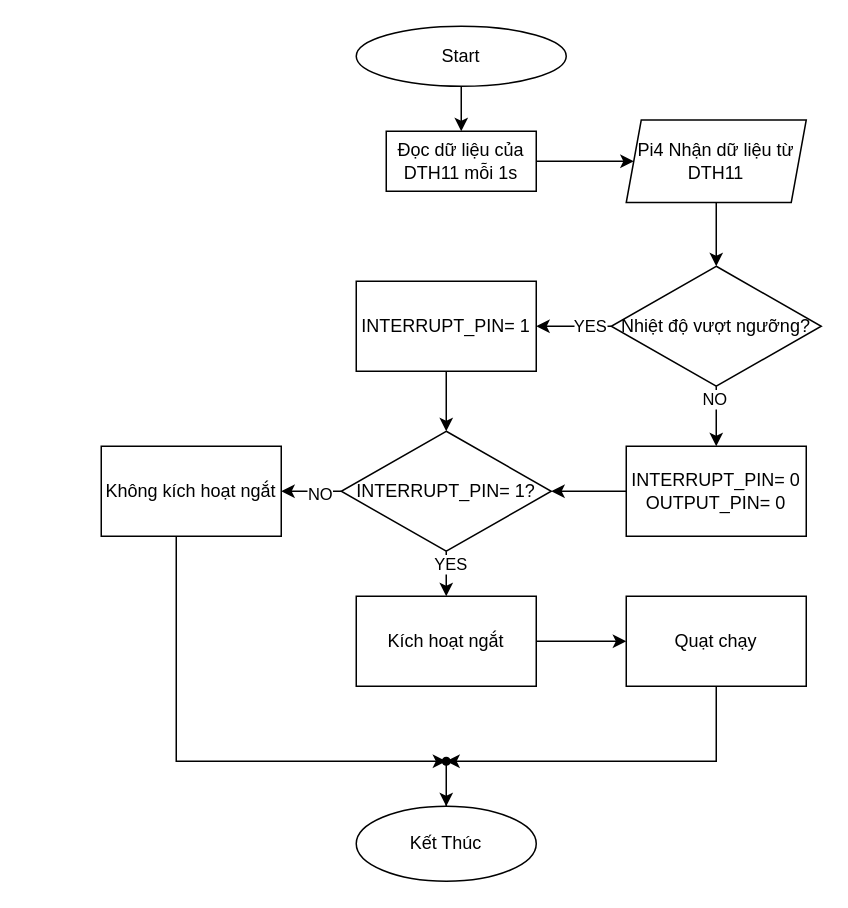
ngxziet/Interrupt-Handler keeps this draw.io diagram as Biểu đồ không có tiêu đề.drawio. Above is the earlier version. Source tidied: cells renumbered, new cells numbered last; positions are measured from the earlier drawing's top-left corner, leaving out a move shared by most shapes. Both pictures are drawn from the tidied source at 150%, with x=0, y=0 at pixel (100, 26).
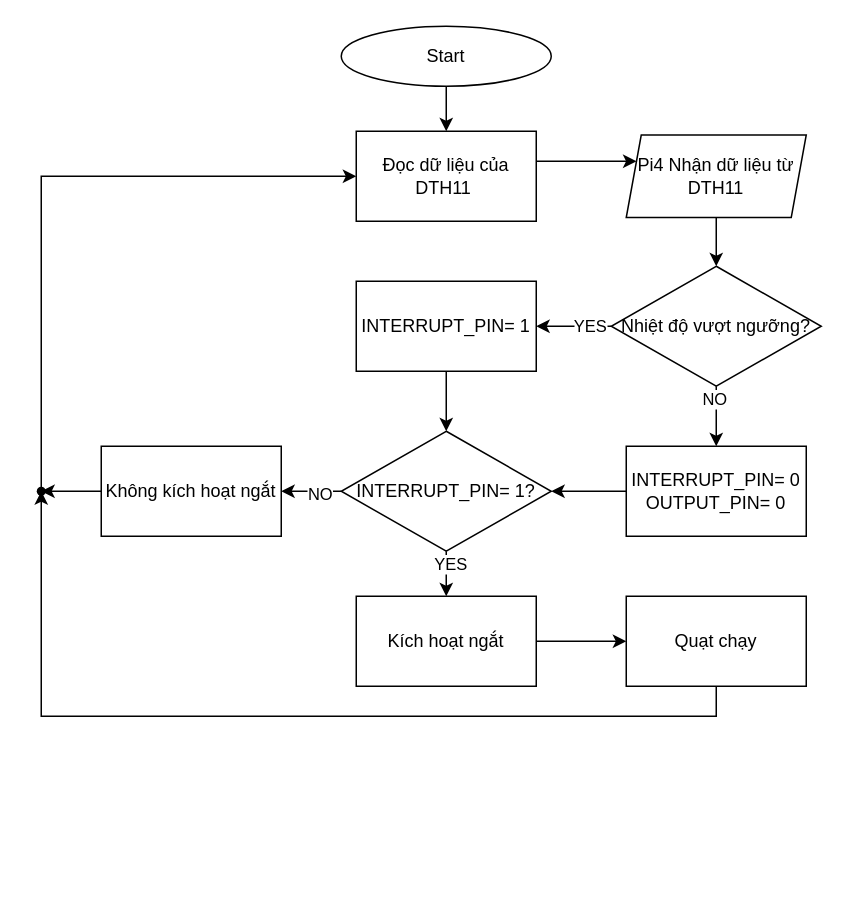
Above is the later version.

Commit message:
Cập nhật Biểu đồ không có tiêu đề.drawio

Unchanged cells that the change refers to:
```xml
<mxCell id="20" value="Quạt chạy" style="whiteSpace=wrap;html=1;" parent="1" vertex="1">
  <mxGeometry x="350" y="380" width="120" height="60" as="geometry" />
</mxCell>
<mxCell id="27" value="Không kích hoạt ngắt" style="whiteSpace=wrap;html=1;" parent="1" vertex="1">
  <mxGeometry y="280" width="120" height="60" as="geometry" />
</mxCell>
```

Diff of the diagram source:
```diff
@@
     <mxCell id="3" value="Start" style="ellipse;whiteSpace=wrap;html=1;rounded=1;glass=0;strokeWidth=1;shadow=0;" parent="1" vertex="1">
-      <mxGeometry x="170" width="140" height="40" as="geometry" />
+      <mxGeometry x="160" width="140" height="40" as="geometry" />
     </mxCell>
@@
     <mxCell id="5" value="Pi4 Nhận dữ liệu từ DTH11" style="shape=parallelogram;perimeter=parallelogramPerimeter;whiteSpace=wrap;html=1;fixedSize=1;size=10;" parent="1" vertex="1">
-      <mxGeometry x="350" y="62.5" width="120" height="55" as="geometry" />
+      <mxGeometry x="350" y="72.5" width="120" height="55" as="geometry" />
     </mxCell>
@@
     <mxCell id="11" style="edgeStyle=orthogonalEdgeStyle;rounded=0;jettySize=auto;html=1;" parent="1" edge="1" source="12" target="5">
-      <mxGeometry relative="1" as="geometry" />
+      <mxGeometry relative="1" as="geometry">
+        <Array as="points">
+          <mxPoint x="310" y="90" />
+          <mxPoint x="310" y="90" />
+        </Array>
+      </mxGeometry>
     </mxCell>
-    <mxCell id="12" value="Đọc dữ liệu của DTH11 mỗi 1s" style="rounded=0;whiteSpace=wrap;html=1;" parent="1" vertex="1">
-      <mxGeometry x="190" y="70" width="100" height="40" as="geometry" />
+    <mxCell id="12" value="Đọc dữ liệu của DTH11&amp;nbsp;" style="rounded=0;whiteSpace=wrap;html=1;" parent="1" vertex="1">
+      <mxGeometry x="170" y="70" width="120" height="60" as="geometry" />
     </mxCell>
@@
-    <mxCell id="19" style="edgeStyle=orthogonalEdgeStyle;rounded=0;jettySize=auto;html=1;" parent="1" edge="1" source="20" target="29">
-      <mxGeometry relative="1" as="geometry">
-        <Array as="points">
-          <mxPoint x="410" y="490" />
-        </Array>
-      </mxGeometry>
-    </mxCell>
+    <mxCell id="31" style="edgeStyle=orthogonalEdgeStyle;rounded=0;jettySize=auto;html=1;exitX=0.5;exitY=1;exitDx=0;exitDy=0;entryX=0.658;entryY=0.862;entryDx=0;entryDy=0;entryPerimeter=0;" parent="1" edge="1" source="20" target="34">
+      <mxGeometry relative="1" as="geometry">
+        <Array as="points">
+          <mxPoint x="410" y="460" />
+          <mxPoint x="-40" y="460" />
+        </Array>
+      </mxGeometry>
+    </mxCell>
@@
-    <mxCell id="26" style="edgeStyle=orthogonalEdgeStyle;rounded=0;jettySize=auto;html=1;" parent="1" edge="1" source="27" target="29">
-      <mxGeometry relative="1" as="geometry">
-        <Array as="points">
-          <mxPoint x="50" y="490" />
-        </Array>
-      </mxGeometry>
-    </mxCell>
+    <mxCell id="32" style="edgeStyle=orthogonalEdgeStyle;rounded=0;jettySize=auto;html=1;" parent="1" edge="1" source="27" target="34">
+      <mxGeometry relative="1" as="geometry" />
+    </mxCell>
@@
-    <mxCell id="28" style="edgeStyle=orthogonalEdgeStyle;rounded=0;jettySize=auto;html=1;" parent="1" edge="1" source="29" target="30">
-      <mxGeometry relative="1" as="geometry" />
-    </mxCell>
-    <mxCell id="29" style="shape=waypoint;sketch=0;size=6;points=[];fillColor=default;perimeter=centerPerimeter;snapToPoint=1;" parent="1" vertex="1">
-      <mxGeometry x="220" y="480" width="20" height="20" as="geometry" />
-    </mxCell>
-    <mxCell id="30" value="Kết Thúc" style="ellipse;whiteSpace=wrap;html=1;" parent="1" vertex="1">
-      <mxGeometry x="170" y="520" width="120" height="50" as="geometry" />
-    </mxCell>
+    <mxCell id="33" style="edgeStyle=orthogonalEdgeStyle;rounded=0;jettySize=auto;html=1;entryX=0;entryY=0.5;entryDx=0;entryDy=0;" parent="1" edge="1" source="34" target="12">
+      <mxGeometry relative="1" as="geometry">
+        <Array as="points">
+          <mxPoint x="-40" y="100" />
+        </Array>
+      </mxGeometry>
+    </mxCell>
+    <mxCell id="34" style="shape=waypoint;sketch=0;size=6;points=[];fillColor=default;perimeter=centerPerimeter;snapToPoint=1;" parent="1" vertex="1">
+      <mxGeometry x="-50" y="300" width="20" height="20" as="geometry" />
+    </mxCell>
```
